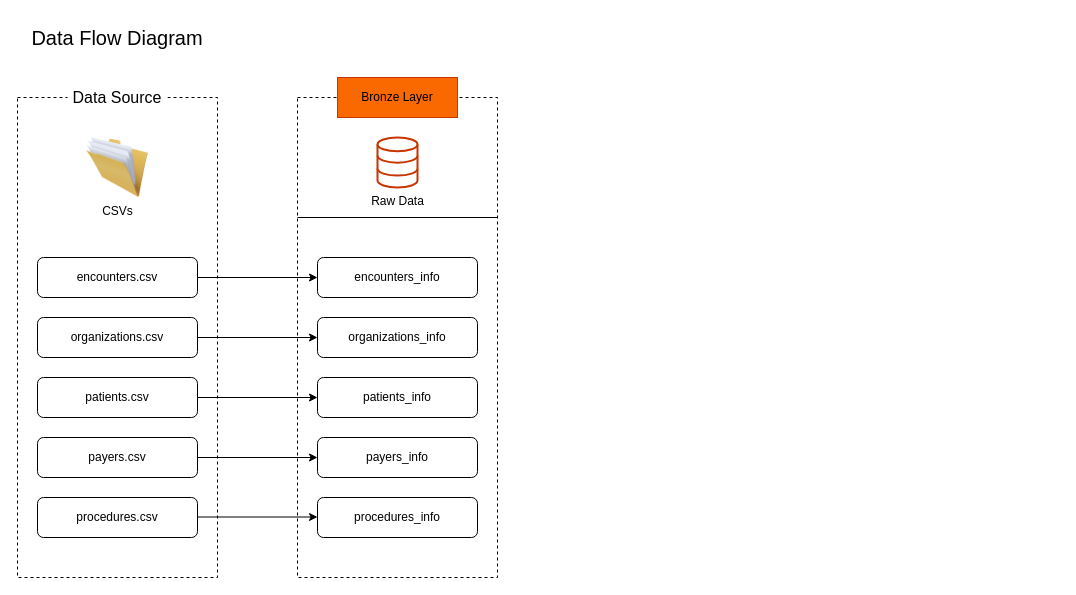
omkar-2004/Healthcare-Analytics-Pipeline-From-SQL-Warehouse-to-Power-BI keeps this draw.io diagram as Docs/Architecture Diagrams/Data Flow Diagram.drawio. Above is the earlier version. Source tidied: cells renumbered, new cells numbered last; positions are measured from the earlier drawing's top-left corner, leaving out a move shared by most shapes. Both pictures are drawn from the tidied source at 100%, with x=0, y=0 at pixel (17, 17).
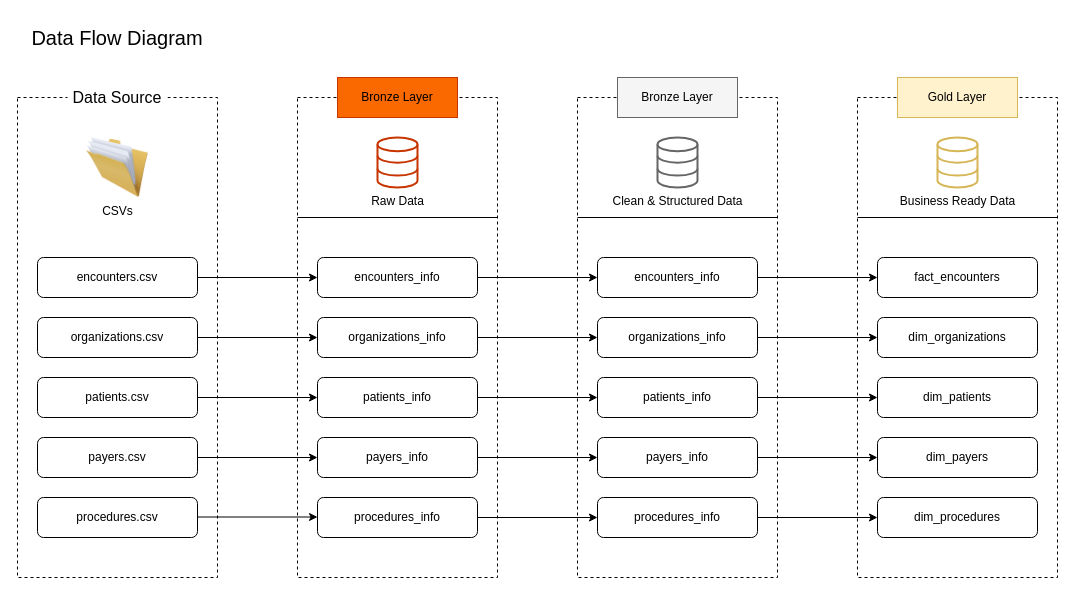
After the change.

Commit message (it also covers changes not shown here):
Extend Data Flow Diagram

Unchanged cells that the change refers to:
```xml
<mxCell id="14" value="encounters_info" style="rounded=1;whiteSpace=wrap;html=1;" parent="1" vertex="1">
  <mxGeometry x="300" y="240" width="160" height="40" as="geometry" />
</mxCell>
<mxCell id="15" value="organizations_info" style="rounded=1;whiteSpace=wrap;html=1;" parent="1" vertex="1">
  <mxGeometry x="300" y="300" width="160" height="40" as="geometry" />
</mxCell>
<mxCell id="16" value="patients_info" style="rounded=1;whiteSpace=wrap;html=1;" parent="1" vertex="1">
  <mxGeometry x="300" y="360" width="160" height="40" as="geometry" />
</mxCell>
<mxCell id="17" value="payers_info" style="rounded=1;whiteSpace=wrap;html=1;" parent="1" vertex="1">
  <mxGeometry x="300" y="420" width="160" height="40" as="geometry" />
</mxCell>
<mxCell id="18" value="procedures_info" style="rounded=1;whiteSpace=wrap;html=1;" parent="1" vertex="1">
  <mxGeometry x="300" y="480" width="160" height="40" as="geometry" />
</mxCell>
```

The edit, as a diff of the source:
```diff
@@
+    <mxCell id="25" style="edgeStyle=orthogonalEdgeStyle;rounded=0;jettySize=auto;html=1;" parent="1" edge="1" source="14" target="35">
+      <mxGeometry relative="1" as="geometry" />
+    </mxCell>
@@
+    <mxCell id="26" style="edgeStyle=orthogonalEdgeStyle;rounded=0;jettySize=auto;html=1;exitX=1;exitY=0.5;exitDx=0;exitDy=0;entryX=0;entryY=0.5;entryDx=0;entryDy=0;" parent="1" edge="1" source="15" target="37">
+      <mxGeometry relative="1" as="geometry" />
+    </mxCell>
@@
+    <mxCell id="27" style="edgeStyle=orthogonalEdgeStyle;rounded=0;jettySize=auto;html=1;exitX=1;exitY=0.5;exitDx=0;exitDy=0;entryX=0;entryY=0.5;entryDx=0;entryDy=0;" parent="1" edge="1" source="16" target="39">
+      <mxGeometry relative="1" as="geometry" />
+    </mxCell>
@@
+    <mxCell id="28" style="edgeStyle=orthogonalEdgeStyle;rounded=0;jettySize=auto;html=1;exitX=1;exitY=0.5;exitDx=0;exitDy=0;entryX=0;entryY=0.5;entryDx=0;entryDy=0;" parent="1" edge="1" source="17" target="41">
+      <mxGeometry relative="1" as="geometry" />
+    </mxCell>
@@
+    <mxCell id="29" style="edgeStyle=orthogonalEdgeStyle;rounded=0;jettySize=auto;html=1;exitX=1;exitY=0.5;exitDx=0;exitDy=0;" parent="1" edge="1" source="18" target="43">
+      <mxGeometry relative="1" as="geometry" />
+    </mxCell>
@@
+    <mxCell id="30" style="rounded=0;whiteSpace=wrap;html=1;fillColor=none;dashed=1;" parent="1" vertex="1">
+      <mxGeometry x="560" y="80" width="200" height="480" as="geometry" />
+    </mxCell>
+    <mxCell id="31" value="Bronze Layer" style="rounded=0;whiteSpace=wrap;html=1;fillColor=light-dark(#f5f5f5, #ada9a9);strokeColor=#666666;gradientColor=none;fontColor=light-dark(#000000,#0E0E0E);" parent="1" vertex="1">
+      <mxGeometry x="600" y="60" width="120" height="40" as="geometry" />
+    </mxCell>
+    <mxCell id="32" value="Clean &amp;amp; Structured Data" style="html=1;verticalLabelPosition=bottom;align=center;labelBackgroundColor=#ffffff;verticalAlign=top;strokeWidth=2;strokeColor=#666666;shadow=0;dashed=0;shape=mxgraph.ios7.icons.data;fillColor=none;gradientColor=none;" parent="1" vertex="1">
+      <mxGeometry x="640" y="120" width="40" height="50" as="geometry" />
+    </mxCell>
+    <mxCell id="33" style="endArrow=none;html=1;rounded=0;exitX=0;exitY=0.25;exitDx=0;exitDy=0;entryX=1;entryY=0.25;entryDx=0;entryDy=0;" parent="1" edge="1" source="30" target="30">
+      <mxGeometry relative="1" as="geometry" />
+    </mxCell>
+    <mxCell id="34" style="edgeStyle=orthogonalEdgeStyle;rounded=0;jettySize=auto;html=1;entryX=0;entryY=0.5;entryDx=0;entryDy=0;" parent="1" edge="1" source="35" target="48">
+      <mxGeometry relative="1" as="geometry" />
+    </mxCell>
+    <mxCell id="35" value="encounters_info" style="rounded=1;whiteSpace=wrap;html=1;" parent="1" vertex="1">
+      <mxGeometry x="580" y="240" width="160" height="40" as="geometry" />
+    </mxCell>
+    <mxCell id="36" style="edgeStyle=orthogonalEdgeStyle;rounded=0;jettySize=auto;html=1;exitX=1;exitY=0.5;exitDx=0;exitDy=0;" parent="1" edge="1" source="37" target="49">
+      <mxGeometry relative="1" as="geometry" />
+    </mxCell>
+    <mxCell id="37" value="organizations_info" style="rounded=1;whiteSpace=wrap;html=1;" parent="1" vertex="1">
+      <mxGeometry x="580" y="300" width="160" height="40" as="geometry" />
+    </mxCell>
+    <mxCell id="38" style="edgeStyle=orthogonalEdgeStyle;rounded=0;jettySize=auto;html=1;exitX=1;exitY=0.5;exitDx=0;exitDy=0;" parent="1" edge="1" source="39" target="50">
+      <mxGeometry relative="1" as="geometry" />
+    </mxCell>
+    <mxCell id="39" value="patients_info" style="rounded=1;whiteSpace=wrap;html=1;" parent="1" vertex="1">
+      <mxGeometry x="580" y="360" width="160" height="40" as="geometry" />
+    </mxCell>
+    <mxCell id="40" style="edgeStyle=orthogonalEdgeStyle;rounded=0;jettySize=auto;html=1;exitX=1;exitY=0.5;exitDx=0;exitDy=0;" parent="1" edge="1" source="41" target="51">
+      <mxGeometry relative="1" as="geometry" />
+    </mxCell>
+    <mxCell id="41" value="payers_info" style="rounded=1;whiteSpace=wrap;html=1;" parent="1" vertex="1">
+      <mxGeometry x="580" y="420" width="160" height="40" as="geometry" />
+    </mxCell>
+    <mxCell id="42" style="edgeStyle=orthogonalEdgeStyle;rounded=0;jettySize=auto;html=1;exitX=1;exitY=0.5;exitDx=0;exitDy=0;" parent="1" edge="1" source="43" target="52">
+      <mxGeometry relative="1" as="geometry" />
+    </mxCell>
+    <mxCell id="43" value="procedures_info" style="rounded=1;whiteSpace=wrap;html=1;" parent="1" vertex="1">
+      <mxGeometry x="580" y="480" width="160" height="40" as="geometry" />
+    </mxCell>
+    <mxCell id="44" style="rounded=0;whiteSpace=wrap;html=1;fillColor=none;dashed=1;" parent="1" vertex="1">
+      <mxGeometry x="840" y="80" width="200" height="480" as="geometry" />
+    </mxCell>
+    <mxCell id="45" value="Gold Layer" style="rounded=0;whiteSpace=wrap;html=1;fillColor=light-dark(#fff2cc, #b28501);strokeColor=#d6b656;gradientColor=none;gradientDirection=north;" parent="1" vertex="1">
+      <mxGeometry x="880" y="60" width="120" height="40" as="geometry" />
+    </mxCell>
+    <mxCell id="46" value="Business Ready Data" style="html=1;verticalLabelPosition=bottom;align=center;labelBackgroundColor=#ffffff;verticalAlign=top;strokeWidth=2;strokeColor=light-dark(#d6b656, #f5cc51);shadow=0;dashed=0;shape=mxgraph.ios7.icons.data;fillColor=none;gradientColor=none;gradientDirection=north;" parent="1" vertex="1">
+      <mxGeometry x="920" y="120" width="40" height="50" as="geometry" />
+    </mxCell>
+    <mxCell id="47" style="endArrow=none;html=1;rounded=0;exitX=0;exitY=0.25;exitDx=0;exitDy=0;entryX=1;entryY=0.25;entryDx=0;entryDy=0;" parent="1" edge="1" source="44" target="44">
+      <mxGeometry relative="1" as="geometry" />
+    </mxCell>
+    <mxCell id="48" value="fact_encounters" style="rounded=1;whiteSpace=wrap;html=1;" parent="1" vertex="1">
+      <mxGeometry x="860" y="240" width="160" height="40" as="geometry" />
+    </mxCell>
+    <mxCell id="49" value="dim_organizations" style="rounded=1;whiteSpace=wrap;html=1;" parent="1" vertex="1">
+      <mxGeometry x="860" y="300" width="160" height="40" as="geometry" />
+    </mxCell>
+    <mxCell id="50" value="dim_patients" style="rounded=1;whiteSpace=wrap;html=1;" parent="1" vertex="1">
+      <mxGeometry x="860" y="360" width="160" height="40" as="geometry" />
+    </mxCell>
+    <mxCell id="51" value="dim_payers" style="rounded=1;whiteSpace=wrap;html=1;" parent="1" vertex="1">
+      <mxGeometry x="860" y="420" width="160" height="40" as="geometry" />
+    </mxCell>
+    <mxCell id="52" value="dim_procedures" style="rounded=1;whiteSpace=wrap;html=1;" parent="1" vertex="1">
+      <mxGeometry x="860" y="480" width="160" height="40" as="geometry" />
+    </mxCell>
```
